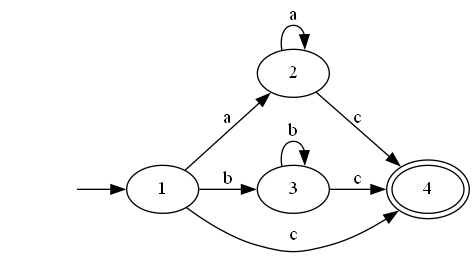
Above: render/AFD_subconjuntos.gv.png in Manuel-Archila/Analizador_Lexico (Graphviz), before the change. Its source is kept beside it as render/AFD_subconjuntos.gv. Source of this version:
```dot
digraph {
	graph [rankdir=LR]
	initial [label="" shape=none]
	1
	initial -> 1
	2
	3
	4 [peripheries=2]
	1 -> 2 [label=a]
	1 -> 3 [label=b]
	1 -> 4 [label=c]
	2 -> 2 [label=a]
	2 -> 4 [label=c]
	3 -> 3 [label=b]
	3 -> 4 [label=c]
}
```
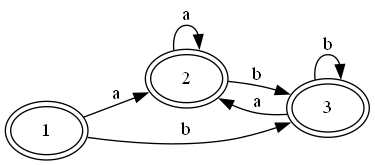
After the change.

The edit, as a diff of the source:
```diff
@@ -1,16 +1,12 @@
 digraph {
 	graph [rankdir=LR]
-	initial [label="" shape=none]
-	1
-	initial -> 1
-	2
-	3
-	4 [peripheries=2]
+	1 [peripheries=2]
+	2 [peripheries=2]
+	3 [peripheries=2]
 	1 -> 2 [label=a]
 	1 -> 3 [label=b]
-	1 -> 4 [label=c]
 	2 -> 2 [label=a]
-	2 -> 4 [label=c]
+	2 -> 3 [label=b]
+	3 -> 2 [label=a]
 	3 -> 3 [label=b]
-	3 -> 4 [label=c]
 }
```
